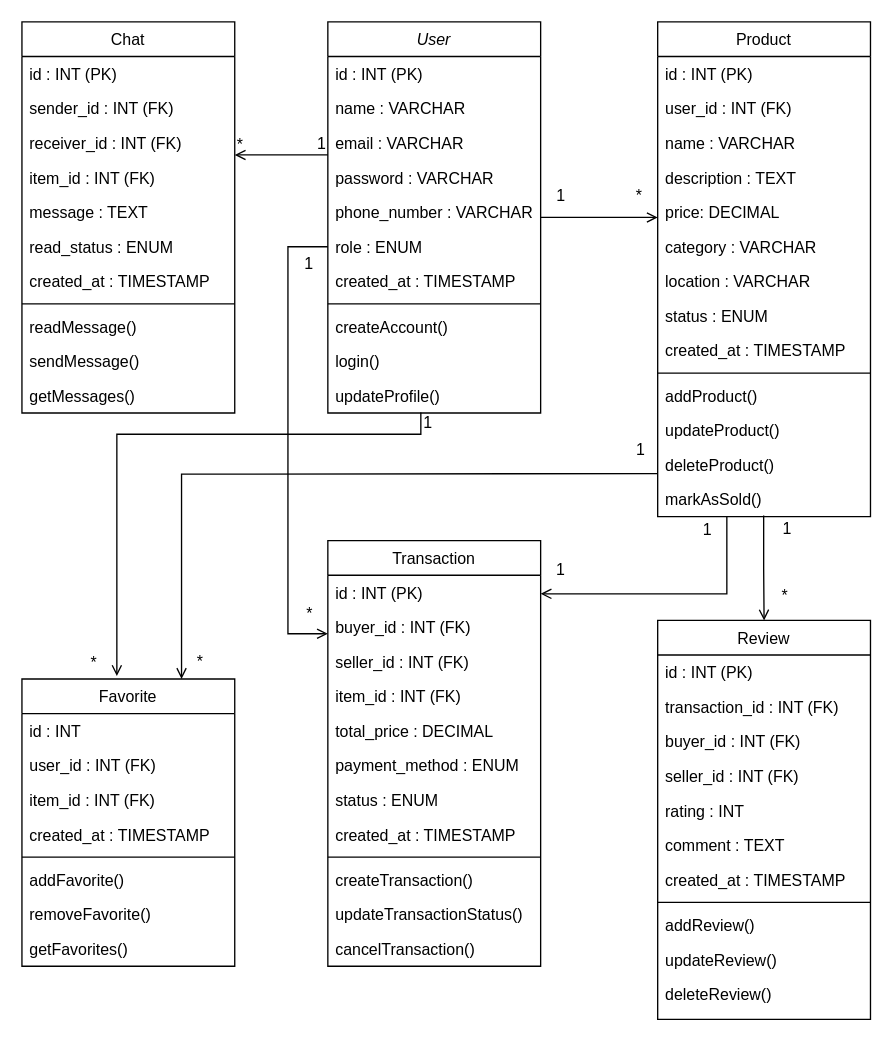
Al1en131/Note-App keeps this draw.io diagram as Untitled Diagram.drawio. Above is the earlier version. Source tidied: cells renumbered, new cells numbered last; positions are measured from the earlier drawing's top-left corner, leaving out a move shared by most shapes. Both pictures are drawn from the tidied source at 133%, with x=0, y=0 at pixel (21, 21).
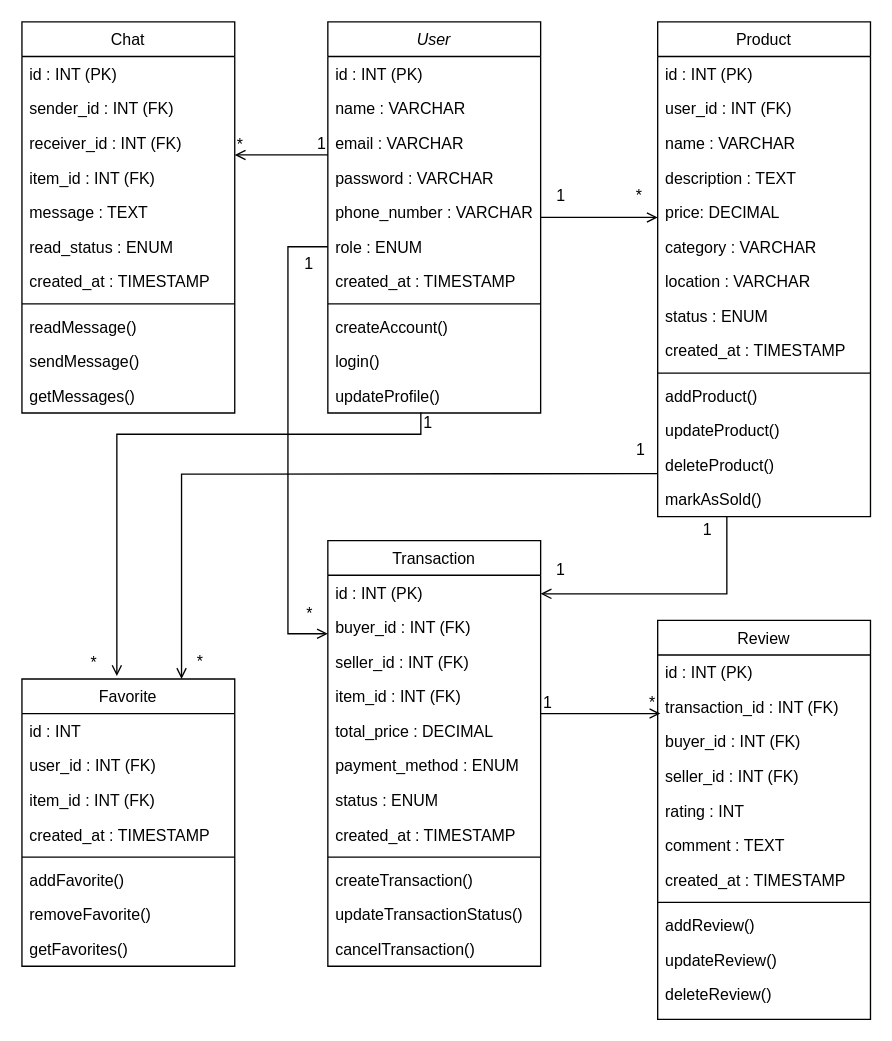
The same page after the edit.

The change refers to these unchanged cells:
```xml
<mxCell id="49" value="markAsSold()" style="text;align=left;verticalAlign=top;spacingLeft=4;spacingRight=4;overflow=hidden;points=[[0,0.5],[1,0.5]];portConstraint=eastwest;rounded=0;shadow=0;html=0;" parent="35" vertex="1">
  <mxGeometry y="346" width="160" height="26" as="geometry" />
</mxCell>
<mxCell id="66" value="Review" style="swimlane;fontStyle=0;align=center;verticalAlign=top;horizontal=1;startSize=26;rounded=0;shadow=0;strokeWidth=1;" parent="1" vertex="1">
  <mxGeometry x="478" y="450" width="160" height="300" as="geometry" />
</mxCell>
```

Diff of the diagram source:
```diff
@@
-    <mxCell id="84" style="endArrow=open;shadow=0;strokeWidth=1;rounded=0;curved=0;endFill=1;edgeStyle=elbowEdgeStyle;elbow=vertical;entryX=0.5;entryY=0;entryDx=0;entryDy=0;exitX=0.498;exitY=0.967;exitDx=0;exitDy=0;exitPerimeter=0;" parent="1" edge="1" source="49" target="66">
+    <mxCell id="84" style="endArrow=open;shadow=0;strokeWidth=1;rounded=0;curved=0;endFill=1;edgeStyle=elbowEdgeStyle;elbow=vertical;exitX=1;exitY=0.5;exitDx=0;exitDy=0;" parent="1" edge="1">
       <mxGeometry x="0.5" y="41" relative="1" as="geometry">
+        <mxPoint x="390" y="520" as="sourcePoint" />
+        <mxPoint x="480" y="520" as="targetPoint" />
         <mxPoint x="-40" y="32" as="offset" />
       </mxGeometry>
     </mxCell>
     <mxCell id="85" value="*" style="align=left;verticalAlign=bottom;labelBackgroundColor=none;fontSize=12;" parent="84" vertex="1">
       <mxGeometry x="-1" relative="1" as="geometry">
-        <mxPoint x="12" y="69" as="offset" />
+        <mxPoint x="80" as="offset" />
       </mxGeometry>
     </mxCell>
     <mxCell id="86" value="1" style="align=right;verticalAlign=bottom;labelBackgroundColor=none;fontSize=12;" parent="84" vertex="1">
       <mxGeometry x="1" relative="1" as="geometry">
-        <mxPoint x="22" y="-60" as="offset" />
+        <mxPoint x="-80" as="offset" />
       </mxGeometry>
     </mxCell>
```
